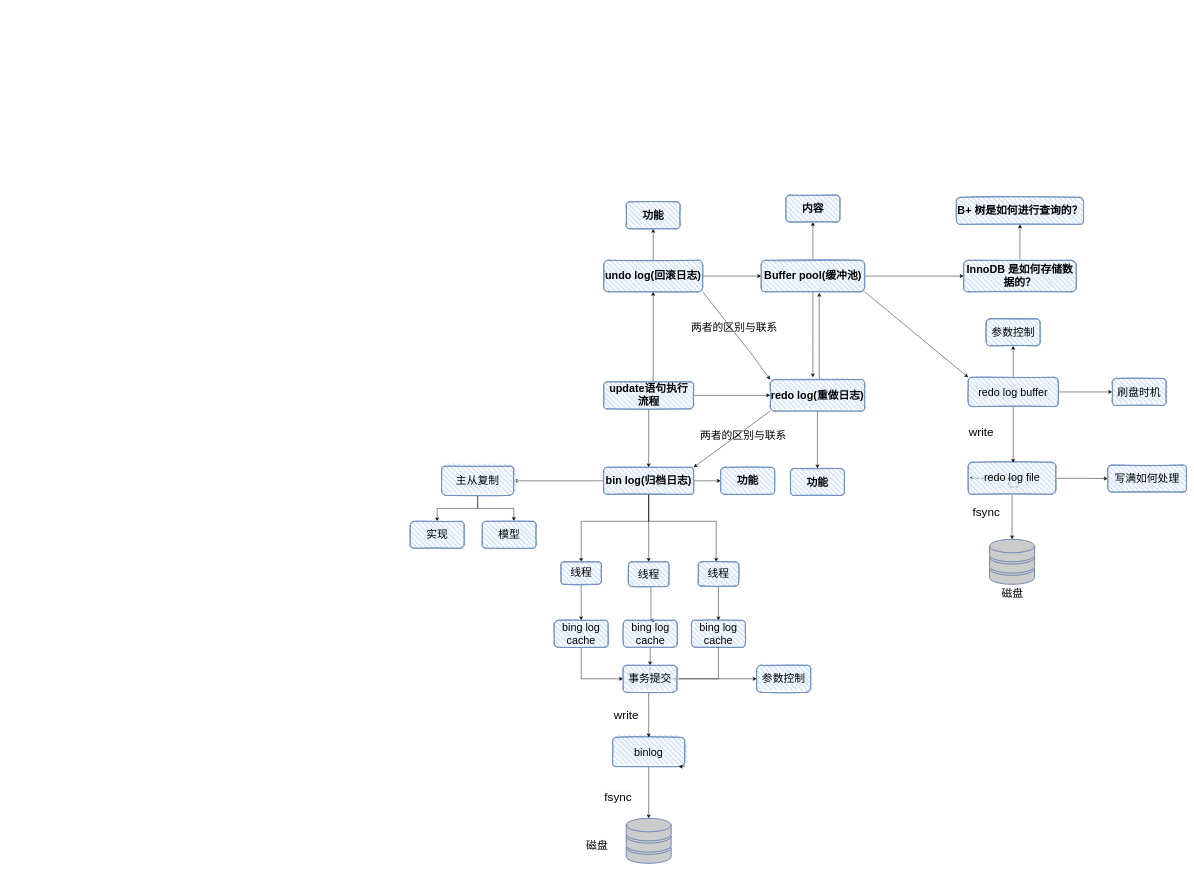
liuyaokeji/drawing keeps this draw.io diagram as MySQL/三大日志.drawio. Above is the earlier version. Source tidied: cells renumbered, new cells numbered last; positions are measured from the earlier drawing's top-left corner, leaving out a move shared by most shapes. Both pictures are drawn from the tidied source at 45%, with x=0, y=0 at pixel (410, 195).
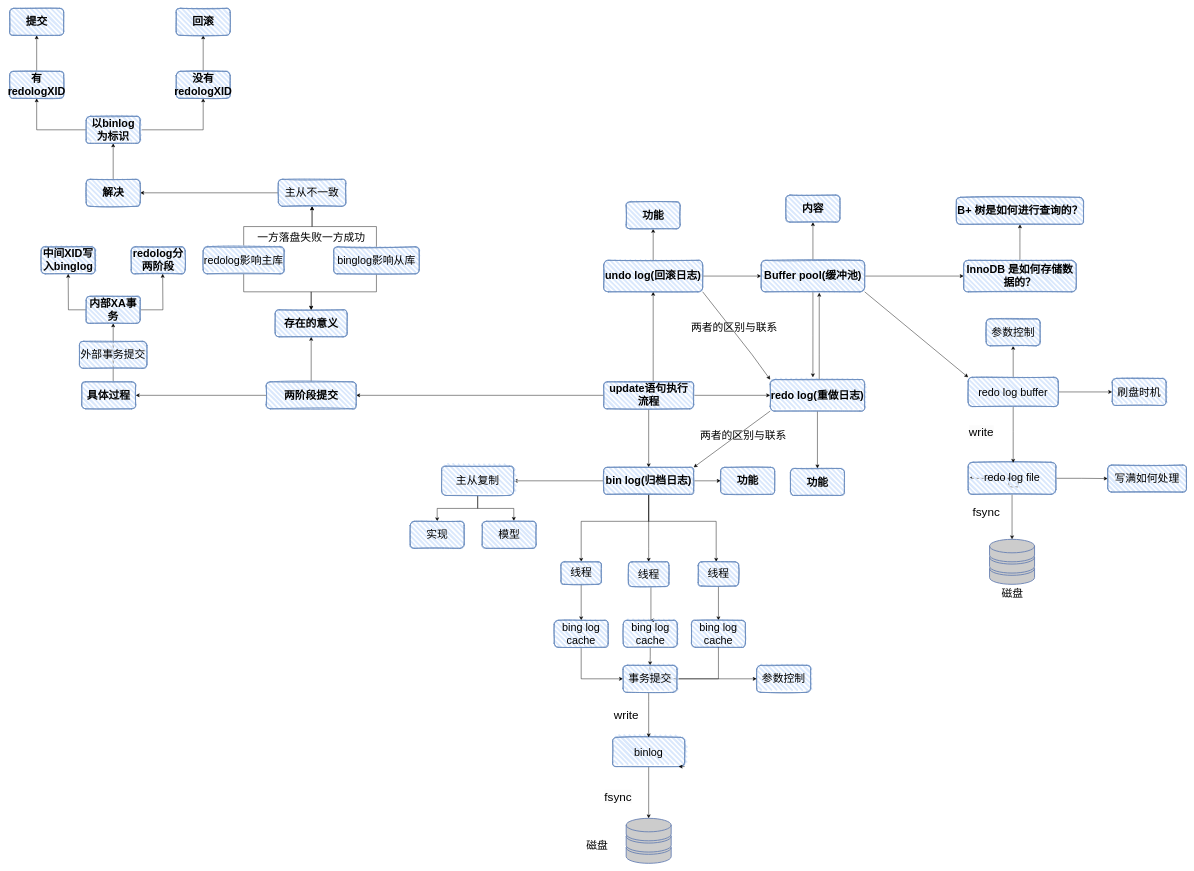
After the change.

Commit message (it also covers changes not shown here):
更新三大日志.drawio

Unchanged cells that the change refers to:
```xml
<mxCell id="5" value="update语句执行流程" style="rounded=1;whiteSpace=wrap;html=1;strokeWidth=2;fillWeight=4;hachureGap=8;hachureAngle=45;fillColor=#dae8fc;sketch=1;glass=0;strokeColor=#6c8ebf;fontSize=24;fontStyle=1;" parent="1" vertex="1">
  <mxGeometry x="430" y="415" width="200" height="60" as="geometry" />
</mxCell>
```

What changed in the source:
```diff
@@
+    <mxCell id="77" style="edgeStyle=orthogonalEdgeStyle;rounded=0;jettySize=auto;html=1;fontSize=24;" parent="1" edge="1" source="5" target="80">
+      <mxGeometry relative="1" as="geometry" />
+    </mxCell>
@@
+    <mxCell id="78" style="edgeStyle=orthogonalEdgeStyle;rounded=0;jettySize=auto;html=1;fontSize=24;" parent="1" edge="1" source="80" target="81">
+      <mxGeometry relative="1" as="geometry" />
+    </mxCell>
+    <mxCell id="79" style="edgeStyle=orthogonalEdgeStyle;rounded=0;jettySize=auto;html=1;fontSize=24;" parent="1" edge="1" source="80" target="92">
+      <mxGeometry relative="1" as="geometry" />
+    </mxCell>
+    <mxCell id="80" value="两阶段提交" style="rounded=1;whiteSpace=wrap;html=1;strokeWidth=2;fillWeight=4;hachureGap=8;hachureAngle=45;fillColor=#dae8fc;sketch=1;glass=0;strokeColor=#6c8ebf;fontSize=24;fontStyle=1;" parent="1" vertex="1">
+      <mxGeometry x="-320" y="415" width="200" height="60" as="geometry" />
+    </mxCell>
+    <mxCell id="81" value="存在的意义" style="whiteSpace=wrap;html=1;fontSize=24;fillColor=#dae8fc;strokeColor=#6c8ebf;rounded=1;strokeWidth=2;fillWeight=4;hachureGap=8;hachureAngle=45;sketch=1;glass=0;fontStyle=1;" parent="1" vertex="1">
+      <mxGeometry x="-300" y="255" width="160" height="60" as="geometry" />
+    </mxCell>
+    <mxCell id="82" style="edgeStyle=orthogonalEdgeStyle;rounded=0;jettySize=auto;html=1;entryX=0.5;entryY=1;entryDx=0;entryDy=0;fontSize=24;" parent="1" edge="1" source="84" target="89">
+      <mxGeometry relative="1" as="geometry" />
+    </mxCell>
+    <mxCell id="83" style="edgeStyle=orthogonalEdgeStyle;rounded=0;jettySize=auto;html=1;entryX=0.5;entryY=0;entryDx=0;entryDy=0;fontSize=24;" parent="1" edge="1" source="84" target="81">
+      <mxGeometry relative="1" as="geometry" />
+    </mxCell>
+    <mxCell id="84" value="binglog影响从库" style="whiteSpace=wrap;html=1;rounded=1;glass=0;sketch=1;fillWeight=4;hachureGap=8;hachureAngle=45;strokeColor=#6c8ebf;strokeWidth=2;fontFamily=Helvetica;fontSize=24;fontColor=default;fillColor=#dae8fc;" parent="1" vertex="1">
+      <mxGeometry x="-170" y="115" width="190" height="60" as="geometry" />
+    </mxCell>
+    <mxCell id="85" style="edgeStyle=orthogonalEdgeStyle;rounded=0;jettySize=auto;html=1;entryX=0.5;entryY=1;entryDx=0;entryDy=0;fontSize=24;" parent="1" edge="1" source="87" target="89">
+      <mxGeometry relative="1" as="geometry" />
+    </mxCell>
+    <mxCell id="86" style="edgeStyle=orthogonalEdgeStyle;rounded=0;jettySize=auto;html=1;entryX=0.5;entryY=0;entryDx=0;entryDy=0;fontSize=24;" parent="1" edge="1" source="87" target="81">
+      <mxGeometry relative="1" as="geometry" />
+    </mxCell>
+    <mxCell id="87" value="redolog影响主库" style="whiteSpace=wrap;html=1;rounded=1;glass=0;sketch=1;fillWeight=4;hachureGap=8;hachureAngle=45;strokeColor=#6c8ebf;strokeWidth=2;fontFamily=Helvetica;fontSize=24;fontColor=default;fillColor=#dae8fc;" parent="1" vertex="1">
+      <mxGeometry x="-460" y="115" width="180" height="60" as="geometry" />
+    </mxCell>
+    <mxCell id="88" style="edgeStyle=orthogonalEdgeStyle;rounded=0;jettySize=auto;html=1;entryX=1;entryY=0.5;entryDx=0;entryDy=0;fontSize=24;" parent="1" edge="1" source="89" target="100">
+      <mxGeometry relative="1" as="geometry" />
+    </mxCell>
+    <mxCell id="89" value="主从不一致" style="whiteSpace=wrap;html=1;rounded=1;glass=0;sketch=1;fillWeight=4;hachureGap=8;hachureAngle=45;strokeColor=#6c8ebf;strokeWidth=2;fontFamily=Helvetica;fontSize=24;fontColor=default;fillColor=#dae8fc;" parent="1" vertex="1">
+      <mxGeometry x="-293" y="-35" width="150" height="60" as="geometry" />
+    </mxCell>
+    <mxCell id="90" value="一方落盘失败一方成功" style="text;html=1;align=center;verticalAlign=middle;strokeColor=none;fillColor=none;fontSize=24;" parent="1" vertex="1">
+      <mxGeometry x="-350" y="75" width="260" height="40" as="geometry" />
+    </mxCell>
+    <mxCell id="91" style="edgeStyle=orthogonalEdgeStyle;rounded=0;jettySize=auto;html=1;entryX=0.5;entryY=1;entryDx=0;entryDy=0;fontSize=24;" parent="1" edge="1" source="92" target="97">
+      <mxGeometry relative="1" as="geometry">
+        <Array as="points">
+          <mxPoint x="-660" y="375" />
+          <mxPoint x="-660" y="375" />
+        </Array>
+      </mxGeometry>
+    </mxCell>
+    <mxCell id="92" value="具体过程" style="whiteSpace=wrap;html=1;fontSize=24;fillColor=#dae8fc;strokeColor=#6c8ebf;rounded=1;strokeWidth=2;fillWeight=4;hachureGap=8;hachureAngle=45;sketch=1;glass=0;fontStyle=1;" parent="1" vertex="1">
+      <mxGeometry x="-730" y="415" width="120" height="60" as="geometry" />
+    </mxCell>
+    <mxCell id="93" value="redolog分两阶段" style="whiteSpace=wrap;html=1;rounded=1;glass=0;sketch=1;fillWeight=4;hachureGap=8;hachureAngle=45;strokeColor=#6c8ebf;strokeWidth=2;fontFamily=Helvetica;fontSize=24;fontColor=default;fillColor=#dae8fc;fontStyle=1;" parent="1" vertex="1">
+      <mxGeometry x="-620" y="115" width="120" height="60" as="geometry" />
+    </mxCell>
+    <mxCell id="94" value="中间XID写入binglog" style="whiteSpace=wrap;html=1;rounded=1;glass=0;sketch=1;fillWeight=4;hachureGap=8;hachureAngle=45;strokeColor=#6c8ebf;strokeWidth=2;fontFamily=Helvetica;fontSize=24;fontColor=default;fillColor=#dae8fc;fontStyle=1;" parent="1" vertex="1">
+      <mxGeometry x="-820" y="115" width="120" height="60" as="geometry" />
+    </mxCell>
+    <mxCell id="95" style="edgeStyle=orthogonalEdgeStyle;rounded=0;jettySize=auto;html=1;fontSize=24;" parent="1" edge="1" source="97">
+      <mxGeometry relative="1" as="geometry">
+        <mxPoint x="-760" y="175" as="targetPoint" />
+      </mxGeometry>
+    </mxCell>
+    <mxCell id="96" style="edgeStyle=orthogonalEdgeStyle;rounded=0;jettySize=auto;html=1;fontSize=24;" parent="1" edge="1" source="97">
+      <mxGeometry relative="1" as="geometry">
+        <mxPoint x="-550" y="175" as="targetPoint" />
+      </mxGeometry>
+    </mxCell>
+    <mxCell id="97" value="内部XA事务" style="whiteSpace=wrap;html=1;fontSize=24;fillColor=#dae8fc;strokeColor=#6c8ebf;rounded=1;strokeWidth=2;fillWeight=4;hachureGap=8;hachureAngle=45;sketch=1;glass=0;fontStyle=1;" parent="1" vertex="1">
+      <mxGeometry x="-720" y="225" width="120" height="60" as="geometry" />
+    </mxCell>
+    <mxCell id="98" value="外部事务提交" style="whiteSpace=wrap;html=1;rounded=1;glass=0;sketch=1;fillWeight=4;hachureGap=8;hachureAngle=45;strokeColor=#6c8ebf;strokeWidth=2;fontFamily=Helvetica;fontSize=24;fontColor=default;fillColor=#dae8fc;" parent="1" vertex="1">
+      <mxGeometry x="-735" y="325" width="150" height="60" as="geometry" />
+    </mxCell>
+    <mxCell id="99" style="edgeStyle=orthogonalEdgeStyle;rounded=0;jettySize=auto;html=1;fontSize=24;" parent="1" edge="1" source="100" target="103">
+      <mxGeometry relative="1" as="geometry" />
+    </mxCell>
+    <mxCell id="100" value="解决" style="whiteSpace=wrap;html=1;fontSize=24;fillColor=#dae8fc;strokeColor=#6c8ebf;rounded=1;glass=0;sketch=1;fillWeight=4;hachureGap=8;hachureAngle=45;strokeWidth=2;fontStyle=1;" parent="1" vertex="1">
+      <mxGeometry x="-720" y="-35" width="120" height="60" as="geometry" />
+    </mxCell>
+    <mxCell id="101" style="edgeStyle=orthogonalEdgeStyle;rounded=0;jettySize=auto;html=1;fontSize=24;" parent="1" edge="1" source="103" target="105">
+      <mxGeometry relative="1" as="geometry" />
+    </mxCell>
+    <mxCell id="102" style="edgeStyle=orthogonalEdgeStyle;rounded=0;jettySize=auto;html=1;fontSize=24;" parent="1" edge="1" source="103" target="107">
+      <mxGeometry relative="1" as="geometry" />
+    </mxCell>
+    <mxCell id="103" value="以binlog为标识" style="whiteSpace=wrap;html=1;fontSize=24;fillColor=#dae8fc;strokeColor=#6c8ebf;rounded=1;glass=0;sketch=1;fillWeight=4;hachureGap=8;hachureAngle=45;strokeWidth=2;fontStyle=1;" parent="1" vertex="1">
+      <mxGeometry x="-720" y="-175" width="120" height="60" as="geometry" />
+    </mxCell>
+    <mxCell id="104" style="edgeStyle=orthogonalEdgeStyle;rounded=0;jettySize=auto;html=1;fontSize=24;" parent="1" edge="1" source="105" target="108">
+      <mxGeometry relative="1" as="geometry" />
+    </mxCell>
+    <mxCell id="105" value="有redologXID" style="whiteSpace=wrap;html=1;fontSize=24;fillColor=#dae8fc;strokeColor=#6c8ebf;rounded=1;glass=0;sketch=1;fillWeight=4;hachureGap=8;hachureAngle=45;strokeWidth=2;fontStyle=1;" parent="1" vertex="1">
+      <mxGeometry x="-890" y="-275" width="120" height="60" as="geometry" />
+    </mxCell>
+    <mxCell id="106" style="edgeStyle=orthogonalEdgeStyle;rounded=0;jettySize=auto;html=1;fontSize=24;" parent="1" edge="1" source="107" target="109">
+      <mxGeometry relative="1" as="geometry" />
+    </mxCell>
+    <mxCell id="107" value="没有redologXID" style="whiteSpace=wrap;html=1;fontSize=24;fillColor=#dae8fc;strokeColor=#6c8ebf;rounded=1;glass=0;sketch=1;fillWeight=4;hachureGap=8;hachureAngle=45;strokeWidth=2;fontStyle=1;" parent="1" vertex="1">
+      <mxGeometry x="-520" y="-275" width="120" height="60" as="geometry" />
+    </mxCell>
+    <mxCell id="108" value="提交" style="whiteSpace=wrap;html=1;fontSize=24;fillColor=#dae8fc;strokeColor=#6c8ebf;rounded=1;glass=0;sketch=1;fillWeight=4;hachureGap=8;hachureAngle=45;strokeWidth=2;fontStyle=1;" parent="1" vertex="1">
+      <mxGeometry x="-890" y="-415" width="120" height="60" as="geometry" />
+    </mxCell>
+    <mxCell id="109" value="回滚" style="whiteSpace=wrap;html=1;fontSize=24;fillColor=#dae8fc;strokeColor=#6c8ebf;rounded=1;glass=0;sketch=1;fillWeight=4;hachureGap=8;hachureAngle=45;strokeWidth=2;fontStyle=1;" parent="1" vertex="1">
+      <mxGeometry x="-520" y="-415" width="120" height="60" as="geometry" />
+    </mxCell>
```
